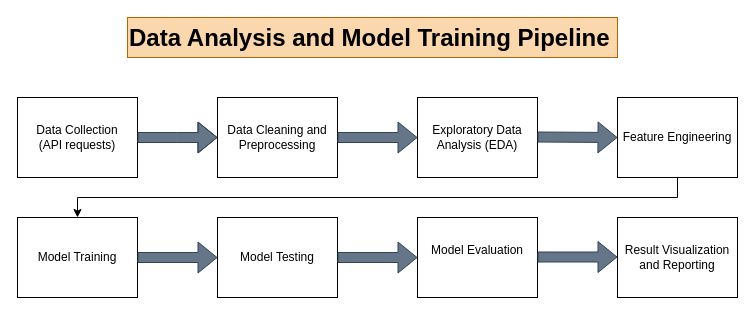
dgraves4/steam-indie-success keeps this draw.io diagram as images/ProcessDiagram.drawio. Above is the earlier version. Source tidied: cells renumbered, new cells numbered last; positions are measured from the earlier drawing's top-left corner, leaving out a move shared by most shapes. Both pictures are drawn from the tidied source at 100%, with x=0, y=0 at pixel (17, 17).
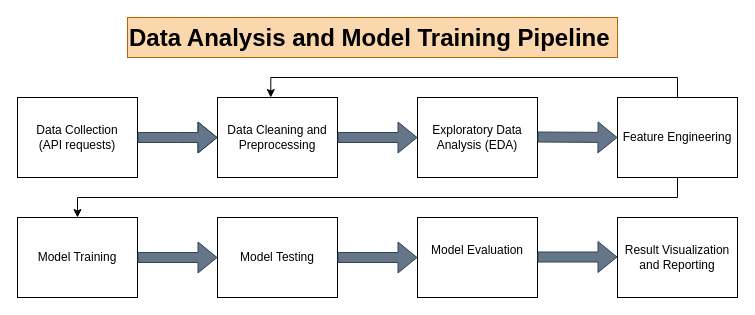
The same page after the edit.

Commit message (it also covers changes not shown here):
update readme with conclusion content, references, process diagram

Unchanged cells that the change refers to:
```xml
<mxCell id="5" value="Data Cleaning and Preprocessing" style="rounded=0;whiteSpace=wrap;html=1;" parent="1" vertex="1">
  <mxGeometry x="200" y="80" width="120" height="80" as="geometry" />
</mxCell>
<mxCell id="8" value="Feature Engineering" style="rounded=0;whiteSpace=wrap;html=1;" parent="1" vertex="1">
  <mxGeometry x="600" y="80" width="120" height="80" as="geometry" />
</mxCell>
```

Diff of the diagram source:
```diff
@@
+    <mxCell id="18" style="edgeStyle=orthogonalEdgeStyle;rounded=0;jettySize=auto;html=1;exitX=0.5;exitY=0;exitDx=0;exitDy=0;entryX=0.444;entryY=0;entryDx=0;entryDy=0;entryPerimeter=0;" parent="1" edge="1" source="8" target="5">
+      <mxGeometry relative="1" as="geometry" />
+    </mxCell>
```
